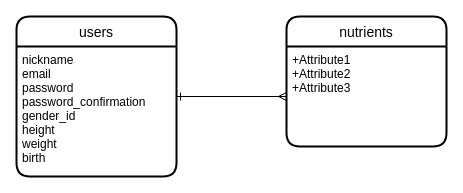
Above: ER.dio in tectoshi/eat_healthy (draw.io), before the change. Source tidied: cells renumbered, new cells numbered last; positions are measured from the earlier drawing's top-left corner, leaving out a move shared by most shapes. Both pictures are drawn from the tidied source at 100%, with x=0, y=0 at pixel (16, 16).
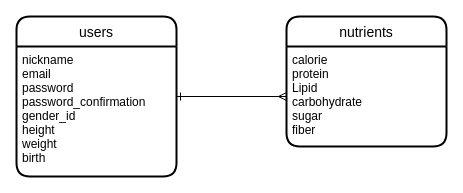
After the change.

Change to the diagram source:
```diff
@@
 <mxGraphModel>
   <root>
     <mxCell id="0" />
     <mxCell id="1" parent="0" />
     <mxCell id="2" style="edgeStyle=none;html=1;entryX=0;entryY=0.5;entryDx=0;entryDy=0;endArrow=ERmany;endFill=0;startArrow=ERone;startFill=0;" parent="1" edge="1" source="3" target="6">
       <mxGeometry relative="1" as="geometry" />
     </mxCell>
     <mxCell id="3" value="users" style="swimlane;horizontal=1;startSize=30;rounded=1;fontSize=14;fontStyle=0;strokeWidth=2;shadow=0;dashed=0;align=center;" parent="1" vertex="1">
       <mxGeometry width="160" height="160" as="geometry" />
     </mxCell>
     <mxCell id="4" value="nickname&#10;email&#10;password&#10;password_confirmation&#10;gender_id&#10;height&#10;weight&#10;birth" style="align=left;strokeColor=none;fillColor=none;spacingLeft=4;fontSize=12;verticalAlign=top;" parent="3" vertex="1">
       <mxGeometry y="30" width="160" height="130" as="geometry" />
     </mxCell>
     <mxCell id="5" value="nutrients" style="swimlane;horizontal=1;startSize=30;rounded=1;fontSize=14;fontStyle=0;strokeWidth=2;shadow=0;dashed=0;align=center;" parent="1" vertex="1">
       <mxGeometry x="270" width="160" height="130" as="geometry" />
     </mxCell>
-    <mxCell id="6" value="+Attribute1&#10;+Attribute2&#10;+Attribute3" style="align=left;strokeColor=none;fillColor=none;spacingLeft=4;fontSize=12;verticalAlign=top;" parent="5" vertex="1">
+    <mxCell id="6" value="calorie&#10;protein&#10;Lipid&#10;carbohydrate&#10;sugar&#10;fiber" style="align=left;strokeColor=none;fillColor=none;spacingLeft=4;fontSize=12;verticalAlign=top;" parent="5" vertex="1">
       <mxGeometry y="30" width="160" height="100" as="geometry" />
     </mxCell>
   </root>
 </mxGraphModel>
```
